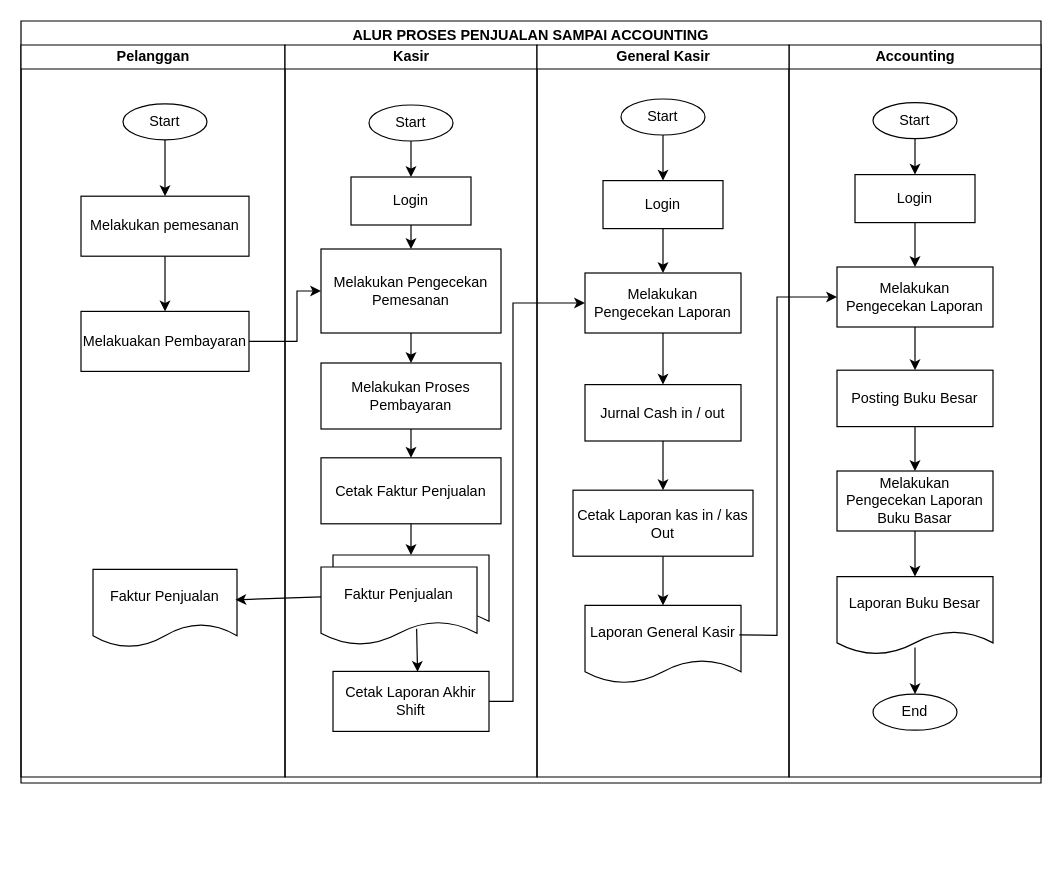
Above: page "Halaman-2" (2 of 2) of Untitled Diagram.drawio in andizdn13/dokumen-project (draw.io), before the change. Source tidied: cells renumbered, new cells numbered last; positions are measured from the earlier drawing's top-left corner, leaving out a move shared by most shapes. Both pictures are drawn from the tidied source at 120%, with x=0, y=0 at pixel (20, 20).
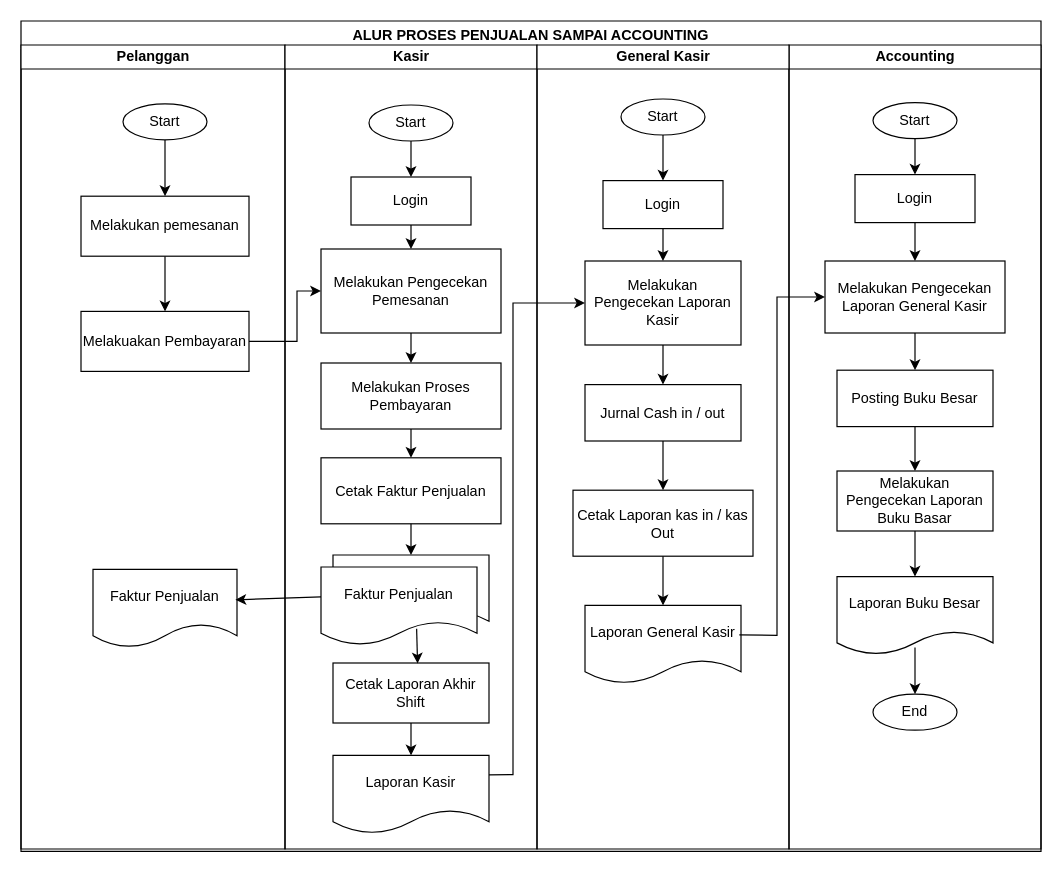
Above is the later version.

What changed in the source:
```diff
@@
     <mxCell id="2" value="ALUR PROSES PENJUALAN SAMPAI ACCOUNTING" style="swimlane;" parent="1" vertex="1">
-      <mxGeometry width="850" height="635" as="geometry" />
+      <mxGeometry width="850" height="692" as="geometry" />
     </mxCell>
     <mxCell id="3" value="Accounting" style="swimlane;html=1;startSize=20;" parent="2" vertex="1">
-      <mxGeometry x="640" y="20" width="210" height="610" as="geometry" />
+      <mxGeometry x="640" y="20" width="210" height="670" as="geometry" />
     </mxCell>
@@
-    <mxCell id="8" value="Melakukan Pengecekan Laporan" style="rounded=0;whiteSpace=wrap;html=1;strokeWidth=1;" parent="3" vertex="1">
-      <mxGeometry x="40" y="185" width="130" height="50" as="geometry" />
+    <mxCell id="8" value="Melakukan Pengecekan Laporan General Kasir" style="rounded=0;whiteSpace=wrap;html=1;strokeWidth=1;" parent="3" vertex="1">
+      <mxGeometry x="30" y="180" width="150" height="60" as="geometry" />
     </mxCell>
@@
     <mxCell id="17" value="Pelanggan" style="swimlane;html=1;startSize=20;" parent="2" vertex="1">
-      <mxGeometry y="20" width="220" height="610" as="geometry" />
+      <mxGeometry y="20" width="220" height="670" as="geometry" />
     </mxCell>
@@
     <mxCell id="24" value="Kasir" style="swimlane;html=1;startSize=20;" parent="2" vertex="1">
-      <mxGeometry x="220" y="20" width="210" height="610" as="geometry" />
+      <mxGeometry x="220" y="20" width="210" height="670" as="geometry" />
     </mxCell>
@@
     <mxCell id="37" value="Cetak Laporan Akhir Shift" style="rounded=0;whiteSpace=wrap;html=1;strokeWidth=1;" parent="24" vertex="1">
-      <mxGeometry x="40" y="522" width="130" height="50" as="geometry" />
+      <mxGeometry x="40" y="515" width="130" height="50" as="geometry" />
     </mxCell>
@@
+    <mxCell id="55" value="Laporan Kasir" style="shape=document;whiteSpace=wrap;html=1;boundedLbl=1;" parent="24" vertex="1">
+      <mxGeometry x="40" y="592" width="130" height="65" as="geometry" />
+    </mxCell>
+    <mxCell id="56" style="endArrow=classic;html=1;rounded=0;exitX=0.5;exitY=1;exitDx=0;exitDy=0;entryX=0.5;entryY=0;entryDx=0;entryDy=0;" parent="24" edge="1" source="37" target="55">
+      <mxGeometry relative="1" as="geometry" />
+    </mxCell>
     <mxCell id="39" value="General Kasir" style="swimlane;html=1;startSize=20;" parent="2" vertex="1">
-      <mxGeometry x="430" y="20" width="210" height="610" as="geometry" />
+      <mxGeometry x="430" y="20" width="210" height="670" as="geometry" />
     </mxCell>
-    <mxCell id="40" value="Melakukan Pengecekan Laporan" style="rounded=0;whiteSpace=wrap;html=1;strokeWidth=1;" parent="39" vertex="1">
-      <mxGeometry x="40" y="190" width="130" height="50" as="geometry" />
+    <mxCell id="40" value="Melakukan Pengecekan Laporan Kasir" style="rounded=0;whiteSpace=wrap;html=1;strokeWidth=1;" parent="39" vertex="1">
+      <mxGeometry x="40" y="180" width="130" height="70" as="geometry" />
     </mxCell>
@@
-    <mxCell id="51" style="endArrow=classic;html=1;rounded=0;exitX=1;exitY=0.5;exitDx=0;exitDy=0;entryX=0;entryY=0.5;entryDx=0;entryDy=0;" parent="2" edge="1" source="37" target="40">
+    <mxCell id="51" style="endArrow=classic;html=1;rounded=0;exitX=1;exitY=0.25;exitDx=0;exitDy=0;entryX=0;entryY=0.5;entryDx=0;entryDy=0;" parent="2" edge="1" source="55" target="40">
       <mxGeometry relative="1" as="geometry">
         <Array as="points">
-          <mxPoint x="410" y="567" />
+          <mxPoint x="410" y="628" />
           <mxPoint x="410" y="235" />
         </Array>
       </mxGeometry>
     </mxCell>
```
